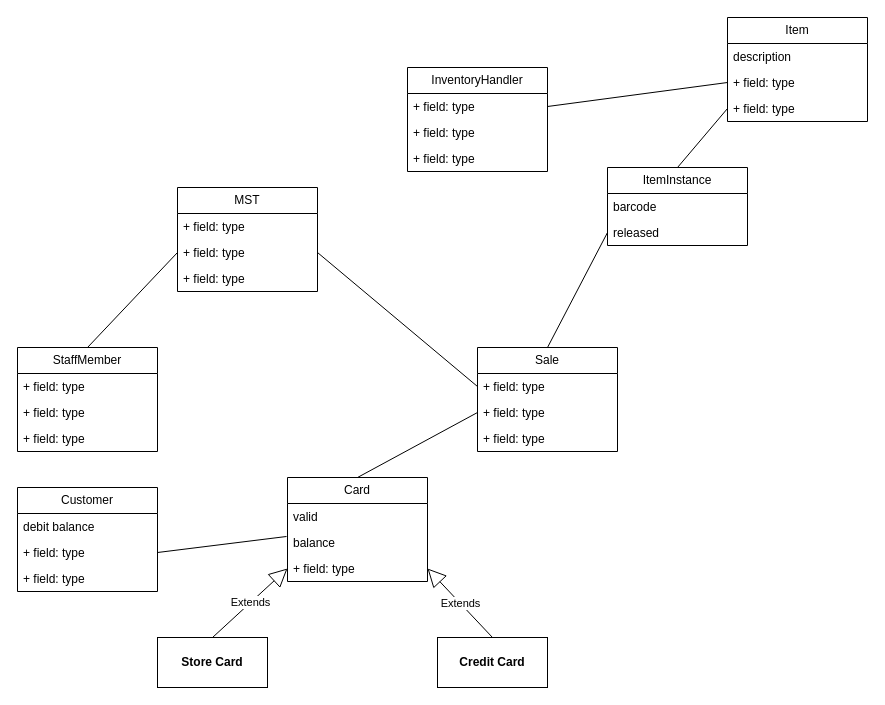
This is workshop5-week6.drawio from antonykimuom/SWEN30006-2025-SM1-workshop1-tuew05-14-00-team-12, a draw.io file, before an edit. Source tidied: cells renumbered, new cells numbered last; positions are measured from the earlier drawing's top-left corner, leaving out a move shared by most shapes. Both pictures are drawn from the tidied source at 100%, with x=0, y=0 at pixel (17, 17).
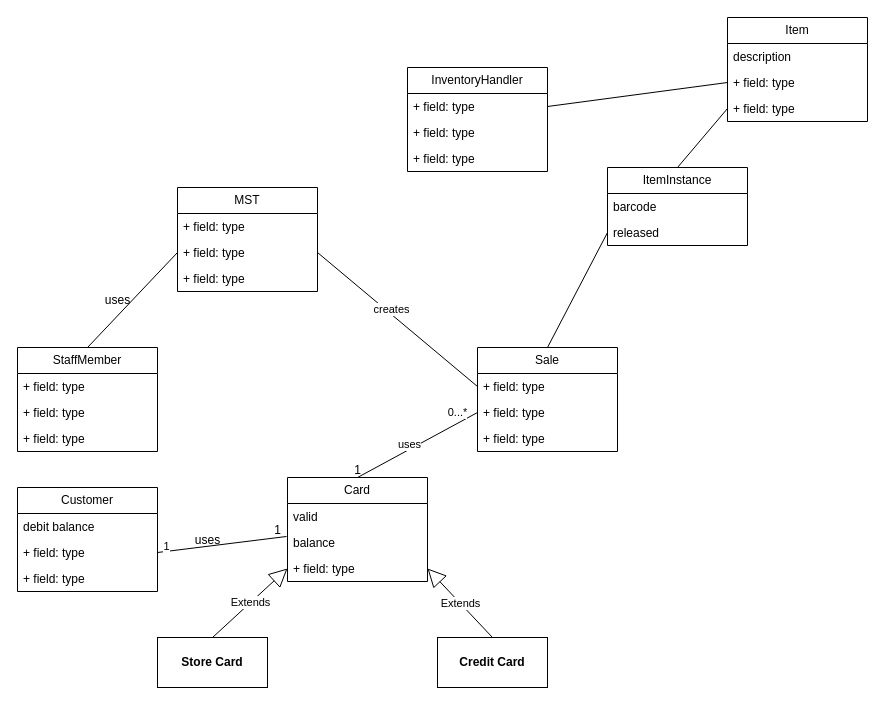
The same diagram, later.

Commit message:
added multiplicities and labels

Unchanged cells that the change refers to:
```xml
<mxCell id="27" style="endArrow=none;html=1;rounded=0;exitX=0.5;exitY=0;exitDx=0;exitDy=0;entryX=0;entryY=0.5;entryDx=0;entryDy=0;" parent="1" edge="1" source="13" target="11">
  <mxGeometry relative="1" as="geometry" />
</mxCell>
<mxCell id="28" style="endArrow=none;html=1;rounded=0;exitX=1;exitY=0.5;exitDx=0;exitDy=0;entryX=-0.007;entryY=1.269;entryDx=0;entryDy=0;entryPerimeter=0;" parent="1" edge="1" source="21" target="14">
  <mxGeometry relative="1" as="geometry" />
</mxCell>
<mxCell id="32" style="endArrow=none;html=1;rounded=0;entryX=0;entryY=0.5;entryDx=0;entryDy=0;exitX=1;exitY=0.5;exitDx=0;exitDy=0;" parent="1" edge="1" source="25" target="10">
  <mxGeometry relative="1" as="geometry" />
</mxCell>
```

The edit, as a diff of the source:
```diff
@@
+    <mxCell id="44" value="0...*" style="edgeLabel;html=1;align=center;verticalAlign=middle;" parent="27" vertex="1">
+      <mxGeometry x="0.91" y="7" relative="1" as="geometry">
+        <mxPoint x="-11" y="3" as="offset" />
+      </mxGeometry>
+    </mxCell>
+    <mxCell id="45" value="uses" style="edgeLabel;html=1;align=center;verticalAlign=middle;" parent="27" vertex="1">
+      <mxGeometry x="-0.11" y="5" relative="1" as="geometry" />
+    </mxCell>
@@
+    <mxCell id="46" value="1" style="edgeLabel;html=1;align=center;verticalAlign=middle;" parent="28" vertex="1">
+      <mxGeometry x="-0.86" y="5" relative="1" as="geometry" />
+    </mxCell>
@@
+    <mxCell id="47" value="creates" style="edgeLabel;html=1;align=center;verticalAlign=middle;" parent="32" vertex="1">
+      <mxGeometry x="-0.11" y="4" relative="1" as="geometry" />
+    </mxCell>
@@
+    <mxCell id="48" value="1" style="text;html=1;align=center;verticalAlign=middle;strokeColor=none;fillColor=none;" parent="1" vertex="1">
+      <mxGeometry x="245" y="498" width="30" height="30" as="geometry" />
+    </mxCell>
+    <mxCell id="49" value="1" style="text;html=1;align=center;verticalAlign=middle;strokeColor=none;fillColor=none;" parent="1" vertex="1">
+      <mxGeometry x="325" y="438" width="30" height="30" as="geometry" />
+    </mxCell>
+    <mxCell id="50" value="uses" style="text;html=1;align=center;verticalAlign=middle;strokeColor=none;fillColor=none;" parent="1" vertex="1">
+      <mxGeometry x="165" y="508" width="50" height="30" as="geometry" />
+    </mxCell>
+    <mxCell id="51" value="uses" style="text;html=1;align=center;verticalAlign=middle;strokeColor=none;fillColor=none;" parent="1" vertex="1">
+      <mxGeometry x="75" y="268" width="50" height="30" as="geometry" />
+    </mxCell>
```
